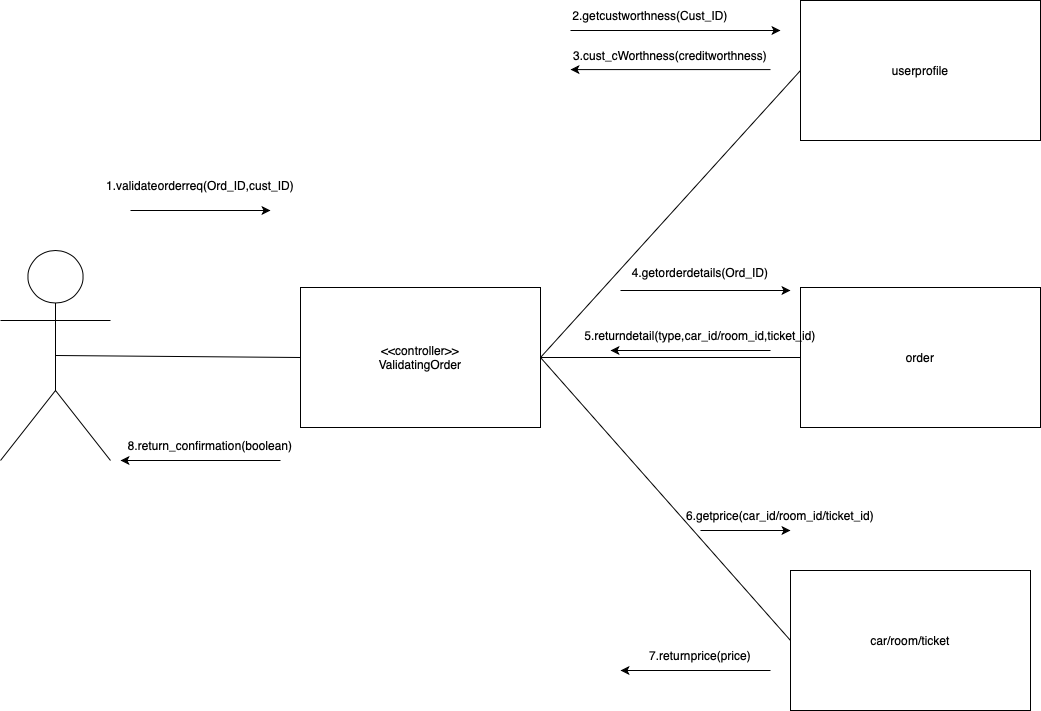
The draw.io diagram software engineering/deliverable 5/communication diagrams/validating order.drawio.png in YousseFaltas/SW-Database-management, before a commit. Source tidied: cells renumbered, new cells last; positions are measured from the earlier drawing's top-left corner, leaving out a move shared by most shapes.
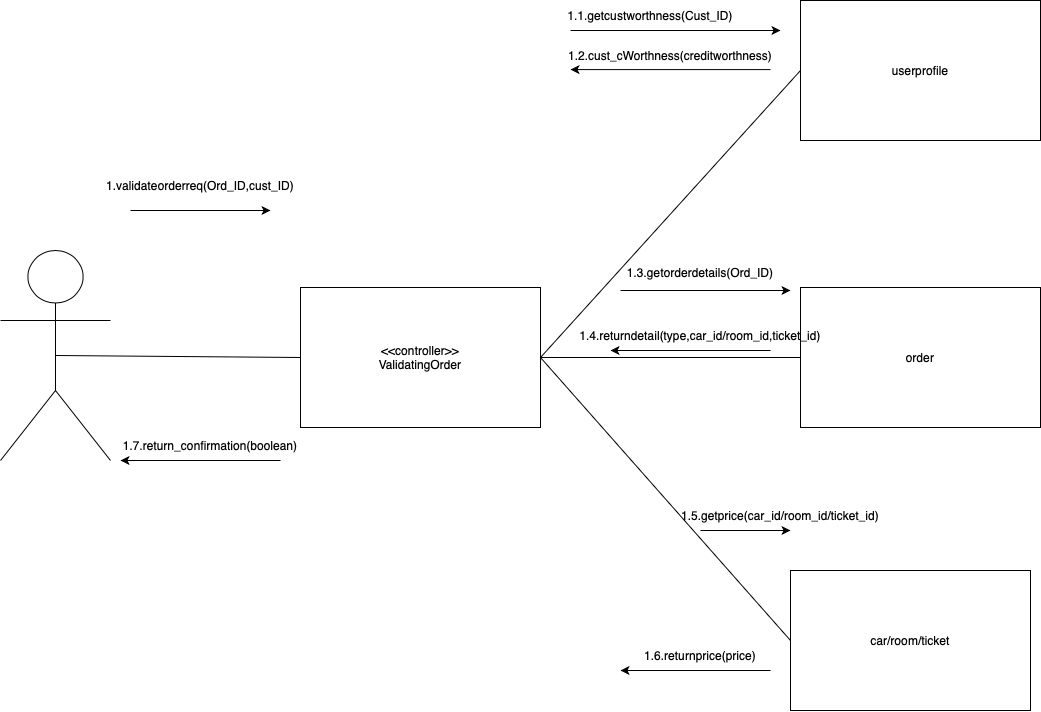
The same diagram one commit later.

Diff of the diagram source:
```diff
@@ -44,7 +44,7 @@
         <mxPoint x="780" y="30" as="targetPoint" />
       </mxGeometry>
     </mxCell>
-    <mxCell id="14" value="2.getcustworthness(Cust_ID)" style="text;html=1;align=center;verticalAlign=middle;whiteSpace=wrap;rounded=0;" parent="1" vertex="1">
+    <mxCell id="14" value="1.1.getcustworthness(Cust_ID)" style="text;html=1;align=center;verticalAlign=middle;whiteSpace=wrap;rounded=0;" parent="1" vertex="1">
       <mxGeometry x="620" width="60" height="30" as="geometry" />
     </mxCell>
     <mxCell id="15" style="endArrow=classic;html=1;rounded=0;" parent="1" edge="1">
@@ -53,7 +53,7 @@
         <mxPoint x="570" y="69.1" as="targetPoint" />
       </mxGeometry>
     </mxCell>
-    <mxCell id="16" value="3.cust_cWorthness(creditworthness)" style="text;html=1;align=center;verticalAlign=middle;whiteSpace=wrap;rounded=0;" parent="1" vertex="1">
+    <mxCell id="16" value="1.2.cust_cWorthness(creditworthness)" style="text;html=1;align=center;verticalAlign=middle;whiteSpace=wrap;rounded=0;" parent="1" vertex="1">
       <mxGeometry x="640" y="40" width="60" height="30" as="geometry" />
     </mxCell>
     <mxCell id="17" style="endArrow=classic;html=1;rounded=0;" parent="1" edge="1">
@@ -62,7 +62,7 @@
         <mxPoint x="790" y="290" as="targetPoint" />
       </mxGeometry>
     </mxCell>
-    <mxCell id="18" value="4.getorderdetails(Ord_ID)" style="text;html=1;align=center;verticalAlign=middle;whiteSpace=wrap;rounded=0;" parent="1" vertex="1">
+    <mxCell id="18" value="1.3.getorderdetails(Ord_ID)" style="text;html=1;align=center;verticalAlign=middle;whiteSpace=wrap;rounded=0;" parent="1" vertex="1">
       <mxGeometry x="670" y="257" width="60" height="30" as="geometry" />
     </mxCell>
     <mxCell id="19" style="endArrow=classic;html=1;rounded=0;" parent="1" edge="1">
@@ -71,7 +71,7 @@
         <mxPoint x="610" y="350" as="targetPoint" />
       </mxGeometry>
     </mxCell>
-    <mxCell id="20" value="5.returndetail(type,car_id/room_id,ticket_id)" style="text;html=1;align=center;verticalAlign=middle;whiteSpace=wrap;rounded=0;" parent="1" vertex="1">
+    <mxCell id="20" value="1.4.returndetail(type,car_id/room_id,ticket_id)" style="text;html=1;align=center;verticalAlign=middle;whiteSpace=wrap;rounded=0;" parent="1" vertex="1">
       <mxGeometry x="670" y="320" width="60" height="30" as="geometry" />
     </mxCell>
     <mxCell id="21" style="endArrow=classic;html=1;rounded=0;" parent="1" edge="1">
@@ -80,7 +80,7 @@
         <mxPoint x="790" y="530" as="targetPoint" />
       </mxGeometry>
     </mxCell>
-    <mxCell id="22" value="6.getprice(car_id/room_id/ticket_id)" style="text;html=1;align=center;verticalAlign=middle;whiteSpace=wrap;rounded=0;" parent="1" vertex="1">
+    <mxCell id="22" value="1.5.getprice(car_id/room_id/ticket_id)" style="text;html=1;align=center;verticalAlign=middle;whiteSpace=wrap;rounded=0;" parent="1" vertex="1">
       <mxGeometry x="750" y="500" width="60" height="30" as="geometry" />
     </mxCell>
     <mxCell id="23" style="endArrow=classic;html=1;rounded=0;" parent="1" edge="1">
@@ -89,7 +89,7 @@
         <mxPoint x="620" y="670" as="targetPoint" />
       </mxGeometry>
     </mxCell>
-    <mxCell id="24" value="7.returnprice(price)" style="text;html=1;align=center;verticalAlign=middle;whiteSpace=wrap;rounded=0;" parent="1" vertex="1">
+    <mxCell id="24" value="1.6.returnprice(price)" style="text;html=1;align=center;verticalAlign=middle;whiteSpace=wrap;rounded=0;" parent="1" vertex="1">
       <mxGeometry x="670" y="640" width="60" height="30" as="geometry" />
     </mxCell>
     <mxCell id="25" style="endArrow=classic;html=1;rounded=0;" parent="1" edge="1">
@@ -98,7 +98,7 @@
         <mxPoint x="120" y="460" as="targetPoint" />
       </mxGeometry>
     </mxCell>
-    <mxCell id="26" value="8.return_confirmation(boolean)" style="text;html=1;align=center;verticalAlign=middle;whiteSpace=wrap;rounded=0;" parent="1" vertex="1">
+    <mxCell id="26" value="1.7.return_confirmation(boolean)" style="text;html=1;align=center;verticalAlign=middle;whiteSpace=wrap;rounded=0;" parent="1" vertex="1">
       <mxGeometry x="180" y="430" width="60" height="30" as="geometry" />
     </mxCell>
   </root>
```
